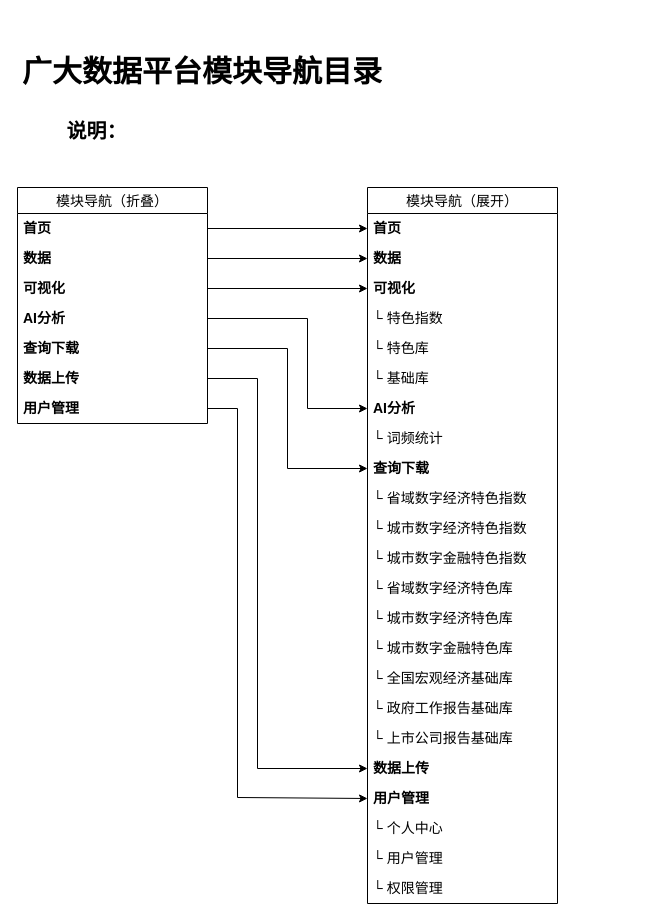
Above: page "二期导航目录" (3 of 10) of 广大数据平台逻辑图.drawio in wangzijia122/drawio_repository (draw.io), before the change. Source tidied: cells renumbered, new cells numbered last; positions are measured from the earlier drawing's top-left corner, leaving out a move shared by most shapes. Both pictures are drawn from the tidied source at 100%, with x=0, y=0 at pixel (17, 27).
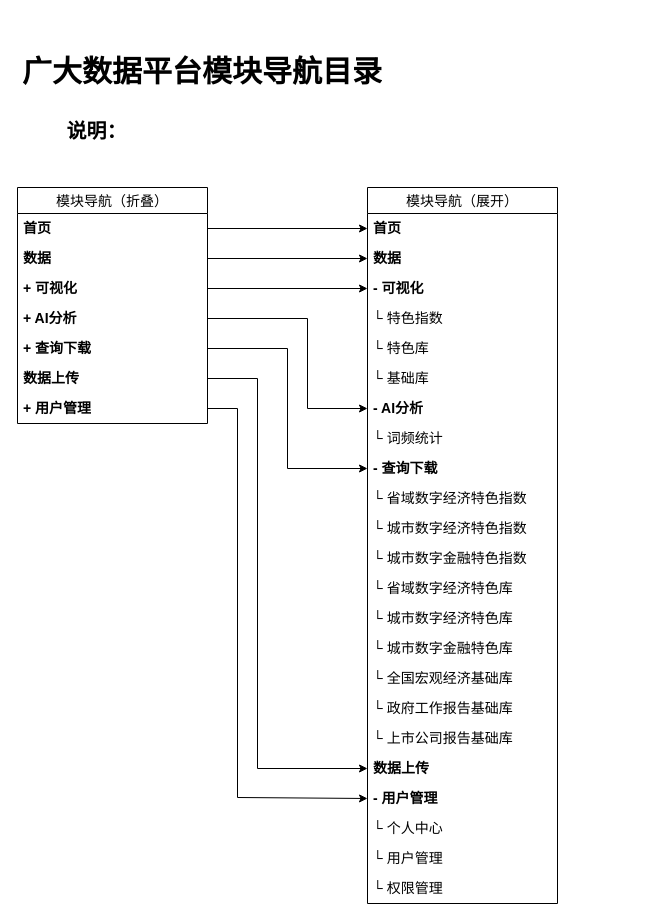
The same page after the edit.

Commit message:
更新广大数据平台逻辑图.drawio

Unchanged cells that the change refers to:
```xml
<mxCell id="3" value="模块导航（展开）" style="swimlane;fontStyle=0;horizontal=1;startSize=26;align=center;fontSize=14;" parent="1" vertex="1">
  <mxGeometry x="350" y="160" width="190" height="716" as="geometry" />
</mxCell>
<mxCell id="27" value="模块导航（折叠）" style="swimlane;fontStyle=0;horizontal=1;startSize=26;align=center;fontSize=14;" parent="1" vertex="1">
  <mxGeometry y="160" width="190" height="236" as="geometry" />
</mxCell>
```

Diff of the diagram source:
```diff
@@
-    <mxCell id="6" value="可视化" style="text;strokeColor=none;fillColor=none;spacingLeft=4;spacingRight=4;overflow=hidden;points=[[0,0.5],[1,0.5]];portConstraint=eastwest;fontSize=14;whiteSpace=wrap;html=1;fontStyle=1;" parent="3" vertex="1">
+    <mxCell id="6" value="- 可视化" style="text;strokeColor=none;fillColor=none;spacingLeft=4;spacingRight=4;overflow=hidden;points=[[0,0.5],[1,0.5]];portConstraint=eastwest;fontSize=14;whiteSpace=wrap;html=1;fontStyle=1;" parent="3" vertex="1">
       <mxGeometry y="86" width="190" height="30" as="geometry" />
     </mxCell>
@@
-    <mxCell id="10" value="AI分析" style="text;strokeColor=none;fillColor=none;spacingLeft=4;spacingRight=4;overflow=hidden;points=[[0,0.5],[1,0.5]];portConstraint=eastwest;fontSize=14;whiteSpace=wrap;html=1;fontStyle=1;" parent="3" vertex="1">
+    <mxCell id="10" value="- AI分析" style="text;strokeColor=none;fillColor=none;spacingLeft=4;spacingRight=4;overflow=hidden;points=[[0,0.5],[1,0.5]];portConstraint=eastwest;fontSize=14;whiteSpace=wrap;html=1;fontStyle=1;" parent="3" vertex="1">
       <mxGeometry y="206" width="190" height="30" as="geometry" />
     </mxCell>
@@
-    <mxCell id="12" value="查询下载" style="text;strokeColor=none;fillColor=none;spacingLeft=4;spacingRight=4;overflow=hidden;points=[[0,0.5],[1,0.5]];portConstraint=eastwest;fontSize=14;whiteSpace=wrap;html=1;fontStyle=1;" parent="3" vertex="1">
+    <mxCell id="12" value="- 查询下载" style="text;strokeColor=none;fillColor=none;spacingLeft=4;spacingRight=4;overflow=hidden;points=[[0,0.5],[1,0.5]];portConstraint=eastwest;fontSize=14;whiteSpace=wrap;html=1;fontStyle=1;" parent="3" vertex="1">
       <mxGeometry y="266" width="190" height="30" as="geometry" />
     </mxCell>
@@
-    <mxCell id="23" value="用户管理" style="text;strokeColor=none;fillColor=none;spacingLeft=4;spacingRight=4;overflow=hidden;points=[[0,0.5],[1,0.5]];portConstraint=eastwest;fontSize=14;whiteSpace=wrap;html=1;fontStyle=1;" parent="3" vertex="1">
+    <mxCell id="23" value="- 用户管理" style="text;strokeColor=none;fillColor=none;spacingLeft=4;spacingRight=4;overflow=hidden;points=[[0,0.5],[1,0.5]];portConstraint=eastwest;fontSize=14;whiteSpace=wrap;html=1;fontStyle=1;" parent="3" vertex="1">
       <mxGeometry y="596" width="190" height="30" as="geometry" />
     </mxCell>
@@
-    <mxCell id="30" value="可视化" style="text;strokeColor=none;fillColor=none;spacingLeft=4;spacingRight=4;overflow=hidden;points=[[0,0.5],[1,0.5]];portConstraint=eastwest;fontSize=14;whiteSpace=wrap;html=1;fontStyle=1;" parent="27" vertex="1">
+    <mxCell id="30" value="+ 可视化" style="text;strokeColor=none;fillColor=none;spacingLeft=4;spacingRight=4;overflow=hidden;points=[[0,0.5],[1,0.5]];portConstraint=eastwest;fontSize=14;whiteSpace=wrap;html=1;fontStyle=1;" parent="27" vertex="1">
       <mxGeometry y="86" width="190" height="30" as="geometry" />
     </mxCell>
-    <mxCell id="31" value="AI分析" style="text;strokeColor=none;fillColor=none;spacingLeft=4;spacingRight=4;overflow=hidden;points=[[0,0.5],[1,0.5]];portConstraint=eastwest;fontSize=14;whiteSpace=wrap;html=1;fontStyle=1;" parent="27" vertex="1">
+    <mxCell id="31" value="+ AI分析" style="text;strokeColor=none;fillColor=none;spacingLeft=4;spacingRight=4;overflow=hidden;points=[[0,0.5],[1,0.5]];portConstraint=eastwest;fontSize=14;whiteSpace=wrap;html=1;fontStyle=1;" parent="27" vertex="1">
       <mxGeometry y="116" width="190" height="30" as="geometry" />
     </mxCell>
-    <mxCell id="32" value="查询下载" style="text;strokeColor=none;fillColor=none;spacingLeft=4;spacingRight=4;overflow=hidden;points=[[0,0.5],[1,0.5]];portConstraint=eastwest;fontSize=14;whiteSpace=wrap;html=1;fontStyle=1;" parent="27" vertex="1">
+    <mxCell id="32" value="+ 查询下载" style="text;strokeColor=none;fillColor=none;spacingLeft=4;spacingRight=4;overflow=hidden;points=[[0,0.5],[1,0.5]];portConstraint=eastwest;fontSize=14;whiteSpace=wrap;html=1;fontStyle=1;" parent="27" vertex="1">
       <mxGeometry y="146" width="190" height="30" as="geometry" />
     </mxCell>
@@
-    <mxCell id="34" value="用户管理" style="text;strokeColor=none;fillColor=none;spacingLeft=4;spacingRight=4;overflow=hidden;points=[[0,0.5],[1,0.5]];portConstraint=eastwest;fontSize=14;whiteSpace=wrap;html=1;fontStyle=1;" parent="27" vertex="1">
+    <mxCell id="34" value="+ 用户管理" style="text;strokeColor=none;fillColor=none;spacingLeft=4;spacingRight=4;overflow=hidden;points=[[0,0.5],[1,0.5]];portConstraint=eastwest;fontSize=14;whiteSpace=wrap;html=1;fontStyle=1;" parent="27" vertex="1">
       <mxGeometry y="206" width="190" height="30" as="geometry" />
     </mxCell>
```
